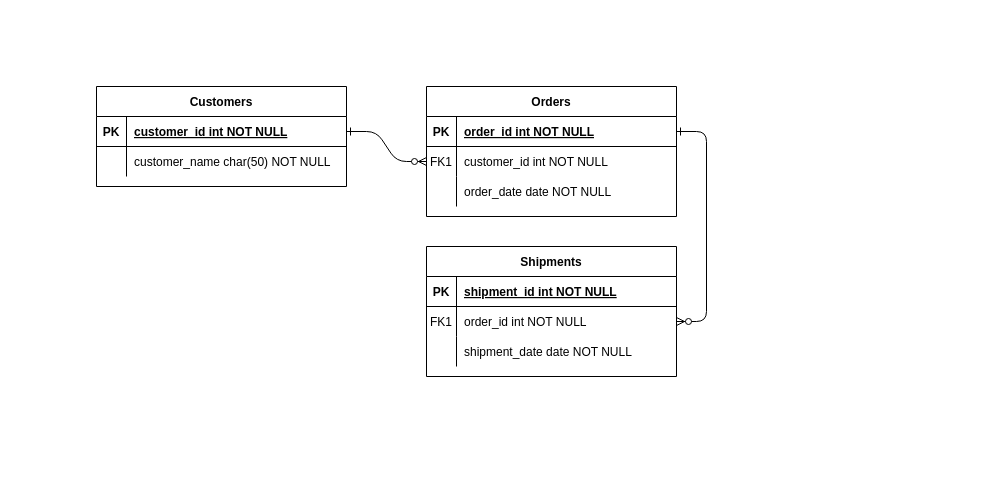
This is PruebaFundamentosBDRelacionales.drawio from Vinceto/Diagramas, a draw.io file, before an edit. Source tidied: cells renumbered, new cells numbered last; positions are measured from the earlier drawing's top-left corner, leaving out a move shared by most shapes. Both pictures are drawn from the tidied source at 100%, with x=0, y=0 at pixel (96, 86).
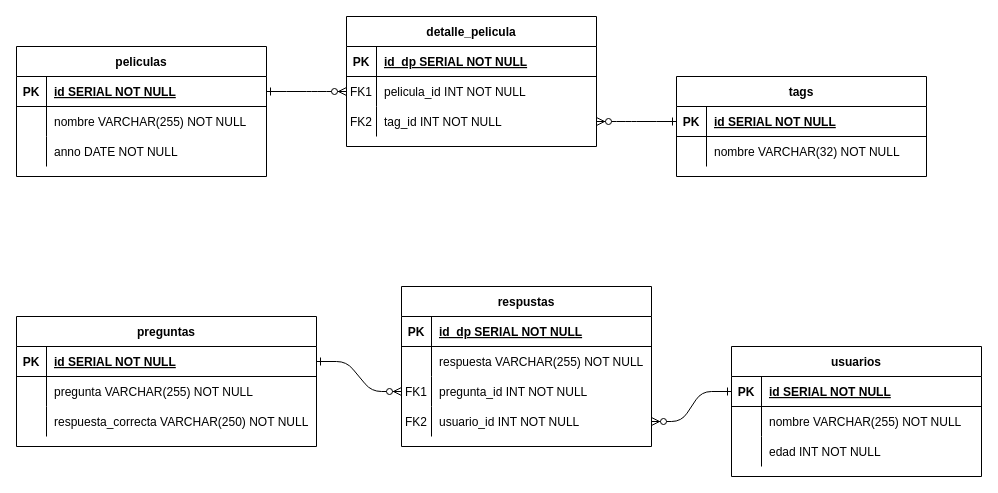
The same diagram, later.

Unchanged cells that the change refers to:
```xml
<mxCell id="5" style="shape=partialRectangle;fillColor=none;points=[[0,0.5],[1,0.5]];portConstraint=eastwest;top=0;left=0;right=0;bottom=1;" parent="4" vertex="1">
  <mxGeometry y="30" width="250" height="30" as="geometry" />
</mxCell>
<mxCell id="8" style="shape=partialRectangle;fillColor=none;points=[[0,0.5],[1,0.5]];portConstraint=eastwest;top=0;left=0;right=0;bottom=0;" parent="4" vertex="1">
  <mxGeometry y="60" width="250" height="30" as="geometry" />
</mxCell>
<mxCell id="11" style="shape=partialRectangle;fillColor=none;points=[[0,0.5],[1,0.5]];portConstraint=eastwest;top=0;left=0;right=0;bottom=0;" parent="4" vertex="1">
  <mxGeometry y="90" width="250" height="30" as="geometry" />
</mxCell>
<mxCell id="15" style="shape=partialRectangle;fillColor=none;points=[[0,0.5],[1,0.5]];portConstraint=eastwest;top=0;left=0;right=0;bottom=1;" parent="14" vertex="1">
  <mxGeometry y="30" width="250" height="30" as="geometry" />
</mxCell>
<mxCell id="18" style="shape=partialRectangle;fillColor=none;points=[[0,0.5],[1,0.5]];portConstraint=eastwest;top=0;left=0;right=0;bottom=0;" parent="14" vertex="1">
  <mxGeometry y="60" width="250" height="30" as="geometry" />
</mxCell>
<mxCell id="25" style="shape=partialRectangle;fillColor=none;points=[[0,0.5],[1,0.5]];portConstraint=eastwest;top=0;left=0;right=0;bottom=1;" parent="24" vertex="1">
  <mxGeometry y="30" width="250" height="30" as="geometry" />
</mxCell>
<mxCell id="28" style="shape=partialRectangle;fillColor=none;top=0;left=0;right=0;bottom=0;" parent="24" vertex="1">
  <mxGeometry y="60" width="250" height="30" as="geometry" />
</mxCell>
```

Diff of the diagram source:
```diff
@@
-    <mxCell id="3" style="edgeStyle=entityRelationEdgeStyle;endArrow=ERzeroToMany;startArrow=ERone;endFill=1;startFill=0;" parent="1" edge="1" source="5" target="18">
-      <mxGeometry relative="1" as="geometry" />
-    </mxCell>
-    <mxCell id="4" value="Orders" style="shape=table;startSize=30;childLayout=tableLayout;rowLines=0;fontStyle=1;align=center;" parent="1" vertex="1">
-      <mxGeometry x="330" width="250" height="130" as="geometry" />
+    <mxCell id="4" value="detalle_pelicula" style="shape=table;startSize=30;childLayout=tableLayout;rowLines=0;fontStyle=1;align=center;" parent="1" vertex="1">
+      <mxGeometry x="250" y="-70" width="250" height="130" as="geometry" />
     </mxCell>
@@
-    <mxCell id="7" value="order_id int NOT NULL " style="shape=partialRectangle;overflow=hidden;fillColor=none;top=0;left=0;bottom=0;right=0;align=left;spacingLeft=6;fontStyle=5;" parent="5" vertex="1">
+    <mxCell id="7" value="id_dp SERIAL NOT NULL " style="shape=partialRectangle;overflow=hidden;fillColor=none;top=0;left=0;bottom=0;right=0;align=left;spacingLeft=6;fontStyle=5;" parent="5" vertex="1">
       <mxGeometry x="30" width="220" height="30" as="geometry" />
     </mxCell>
@@
-    <mxCell id="10" value="customer_id int NOT NULL" style="shape=partialRectangle;overflow=hidden;fillColor=none;top=0;left=0;bottom=0;right=0;align=left;spacingLeft=6;" parent="8" vertex="1">
+    <mxCell id="10" value="pelicula_id INT NOT NULL" style="shape=partialRectangle;overflow=hidden;fillColor=none;top=0;left=0;bottom=0;right=0;align=left;spacingLeft=6;" parent="8" vertex="1">
       <mxGeometry x="30" width="220" height="30" as="geometry" />
     </mxCell>
@@
-    <mxCell id="12" style="shape=partialRectangle;overflow=hidden;fillColor=none;top=0;left=0;bottom=0;right=0;" parent="11" vertex="1">
+    <mxCell id="12" value="FK2" style="shape=partialRectangle;overflow=hidden;fillColor=none;top=0;left=0;bottom=0;right=0;" parent="11" vertex="1">
       <mxGeometry width="30" height="30" as="geometry" />
     </mxCell>
-    <mxCell id="13" value="order_date date NOT NULL" style="shape=partialRectangle;overflow=hidden;fillColor=none;top=0;left=0;bottom=0;right=0;align=left;spacingLeft=6;" parent="11" vertex="1">
+    <mxCell id="13" value="tag_id INT NOT NULL" style="shape=partialRectangle;overflow=hidden;fillColor=none;top=0;left=0;bottom=0;right=0;align=left;spacingLeft=6;" parent="11" vertex="1">
       <mxGeometry x="30" width="220" height="30" as="geometry" />
     </mxCell>
-    <mxCell id="14" value="Shipments" style="shape=table;startSize=30;childLayout=tableLayout;rowLines=0;fontStyle=1;align=center;" parent="1" vertex="1">
-      <mxGeometry x="330" y="160" width="250" height="130" as="geometry" />
+    <mxCell id="14" value="tags" style="shape=table;startSize=30;childLayout=tableLayout;rowLines=0;fontStyle=1;align=center;" parent="1" vertex="1">
+      <mxGeometry x="580" y="-10" width="250" height="100" as="geometry" />
     </mxCell>
@@
-    <mxCell id="17" value="shipment_id int NOT NULL " style="shape=partialRectangle;overflow=hidden;fillColor=none;top=0;left=0;bottom=0;right=0;align=left;spacingLeft=6;fontStyle=5;" parent="15" vertex="1">
+    <mxCell id="17" value="id SERIAL NOT NULL " style="shape=partialRectangle;overflow=hidden;fillColor=none;top=0;left=0;bottom=0;right=0;align=left;spacingLeft=6;fontStyle=5;" parent="15" vertex="1">
       <mxGeometry x="30" width="220" height="30" as="geometry" />
     </mxCell>
@@
-    <mxCell id="19" value="FK1" style="shape=partialRectangle;overflow=hidden;fillColor=none;top=0;left=0;bottom=0;right=0;" parent="18" vertex="1">
+    <mxCell id="19" style="shape=partialRectangle;overflow=hidden;fillColor=none;top=0;left=0;bottom=0;right=0;" parent="18" vertex="1">
       <mxGeometry width="30" height="30" as="geometry" />
     </mxCell>
-    <mxCell id="20" value="order_id int NOT NULL" style="shape=partialRectangle;overflow=hidden;fillColor=none;top=0;left=0;bottom=0;right=0;align=left;spacingLeft=6;" parent="18" vertex="1">
+    <mxCell id="20" value="nombre VARCHAR(32) NOT NULL" style="shape=partialRectangle;overflow=hidden;fillColor=none;top=0;left=0;bottom=0;right=0;align=left;spacingLeft=6;" parent="18" vertex="1">
       <mxGeometry x="30" width="220" height="30" as="geometry" />
     </mxCell>
-    <mxCell id="21" style="shape=partialRectangle;fillColor=none;top=0;left=0;right=0;bottom=0;" parent="14" vertex="1">
-      <mxGeometry y="90" width="250" height="30" as="geometry" />
-    </mxCell>
-    <mxCell id="22" style="shape=partialRectangle;overflow=hidden;fillColor=none;top=0;left=0;bottom=0;right=0;" parent="21" vertex="1">
-      <mxGeometry width="30" height="30" as="geometry" />
-    </mxCell>
-    <mxCell id="23" value="shipment_date date NOT NULL" style="shape=partialRectangle;overflow=hidden;fillColor=none;top=0;left=0;bottom=0;right=0;align=left;spacingLeft=6;" parent="21" vertex="1">
-      <mxGeometry x="30" width="220" height="30" as="geometry" />
-    </mxCell>
-    <mxCell id="24" value="Customers" style="shape=table;startSize=30;childLayout=tableLayout;rowLines=0;fontStyle=1;align=center;" parent="1" vertex="1">
-      <mxGeometry width="250" height="100" as="geometry" />
+    <mxCell id="24" value="peliculas" style="shape=table;startSize=30;childLayout=tableLayout;rowLines=0;fontStyle=1;align=center;" parent="1" vertex="1">
+      <mxGeometry x="-80" y="-40" width="250" height="130" as="geometry" />
     </mxCell>
@@
-    <mxCell id="27" value="customer_id int NOT NULL " style="shape=partialRectangle;overflow=hidden;fillColor=none;top=0;left=0;bottom=0;right=0;align=left;spacingLeft=6;fontStyle=5;" parent="25" vertex="1">
+    <mxCell id="27" value="id SERIAL NOT NULL " style="shape=partialRectangle;overflow=hidden;fillColor=none;top=0;left=0;bottom=0;right=0;align=left;spacingLeft=6;fontStyle=5;" parent="25" vertex="1">
       <mxGeometry x="30" width="220" height="30" as="geometry" />
     </mxCell>
@@
-    <mxCell id="30" value="customer_name char(50) NOT NULL" style="shape=partialRectangle;overflow=hidden;fillColor=none;top=0;left=0;bottom=0;right=0;align=left;spacingLeft=6;" parent="28" vertex="1">
+    <mxCell id="30" value="nombre VARCHAR(255) NOT NULL" style="shape=partialRectangle;overflow=hidden;fillColor=none;top=0;left=0;bottom=0;right=0;align=left;spacingLeft=6;" parent="28" vertex="1">
       <mxGeometry x="30" width="220" height="30" as="geometry" />
     </mxCell>
+    <mxCell id="31" style="shape=partialRectangle;fillColor=none;top=0;left=0;right=0;bottom=0;" parent="24" vertex="1">
+      <mxGeometry y="90" width="250" height="30" as="geometry" />
+    </mxCell>
+    <mxCell id="32" style="shape=partialRectangle;overflow=hidden;fillColor=none;top=0;left=0;bottom=0;right=0;" parent="31" vertex="1">
+      <mxGeometry width="30" height="30" as="geometry" />
+    </mxCell>
+    <mxCell id="33" value="anno DATE NOT NULL" style="shape=partialRectangle;overflow=hidden;fillColor=none;top=0;left=0;bottom=0;right=0;align=left;spacingLeft=6;" parent="31" vertex="1">
+      <mxGeometry x="30" width="220" height="30" as="geometry" />
+    </mxCell>
+    <mxCell id="3" style="edgeStyle=entityRelationEdgeStyle;endArrow=ERzeroToMany;startArrow=ERone;endFill=1;startFill=0;" parent="1" edge="1" source="15" target="11">
+      <mxGeometry relative="1" as="geometry">
+        <Array as="points">
+          <mxPoint x="520" y="40" />
+        </Array>
+      </mxGeometry>
+    </mxCell>
+    <mxCell id="34" style="edgeStyle=entityRelationEdgeStyle;endArrow=ERzeroToMany;startArrow=ERone;endFill=1;startFill=0;" parent="1" edge="1" source="59" target="42">
+      <mxGeometry relative="1" as="geometry" />
+    </mxCell>
+    <mxCell id="35" value="respustas" style="shape=table;startSize=30;childLayout=tableLayout;rowLines=0;fontStyle=1;align=center;" parent="1" vertex="1">
+      <mxGeometry x="305" y="200" width="250" height="160" as="geometry" />
+    </mxCell>
+    <mxCell id="36" style="shape=partialRectangle;fillColor=none;top=0;left=0;right=0;bottom=1;" parent="35" vertex="1">
+      <mxGeometry y="30" width="250" height="30" as="geometry" />
+    </mxCell>
+    <mxCell id="37" value="PK" style="shape=partialRectangle;overflow=hidden;fillColor=none;top=0;left=0;bottom=0;right=0;fontStyle=1;" parent="36" vertex="1">
+      <mxGeometry width="30" height="30" as="geometry" />
+    </mxCell>
+    <mxCell id="38" value="id_dp SERIAL NOT NULL " style="shape=partialRectangle;overflow=hidden;fillColor=none;top=0;left=0;bottom=0;right=0;align=left;spacingLeft=6;fontStyle=5;" parent="36" vertex="1">
+      <mxGeometry x="30" width="220" height="30" as="geometry" />
+    </mxCell>
+    <mxCell id="39" style="shape=partialRectangle;fillColor=none;top=0;left=0;right=0;bottom=0;" parent="35" vertex="1">
+      <mxGeometry y="60" width="250" height="30" as="geometry" />
+    </mxCell>
+    <mxCell id="40" style="shape=partialRectangle;overflow=hidden;fillColor=none;top=0;left=0;bottom=0;right=0;" parent="39" vertex="1">
+      <mxGeometry width="30" height="30" as="geometry" />
+    </mxCell>
+    <mxCell id="41" value="respuesta VARCHAR(255) NOT NULL" style="shape=partialRectangle;overflow=hidden;fillColor=none;top=0;left=0;bottom=0;right=0;align=left;spacingLeft=6;" parent="39" vertex="1">
+      <mxGeometry x="30" width="220" height="30" as="geometry" />
+    </mxCell>
+    <mxCell id="42" style="shape=partialRectangle;fillColor=none;points=[[0,0.5],[1,0.5]];portConstraint=eastwest;top=0;left=0;right=0;bottom=0;" parent="35" vertex="1">
+      <mxGeometry y="90" width="250" height="30" as="geometry" />
+    </mxCell>
+    <mxCell id="43" value="FK1" style="shape=partialRectangle;overflow=hidden;fillColor=none;top=0;left=0;bottom=0;right=0;" parent="42" vertex="1">
+      <mxGeometry width="30" height="30" as="geometry" />
+    </mxCell>
+    <mxCell id="44" value="pregunta_id INT NOT NULL" style="shape=partialRectangle;overflow=hidden;fillColor=none;top=0;left=0;bottom=0;right=0;align=left;spacingLeft=6;" parent="42" vertex="1">
+      <mxGeometry x="30" width="220" height="30" as="geometry" />
+    </mxCell>
+    <mxCell id="45" style="shape=partialRectangle;fillColor=none;points=[[0,0.5],[1,0.5]];portConstraint=eastwest;top=0;left=0;right=0;bottom=0;" parent="35" vertex="1">
+      <mxGeometry y="120" width="250" height="30" as="geometry" />
+    </mxCell>
+    <mxCell id="46" value="FK2" style="shape=partialRectangle;overflow=hidden;fillColor=none;top=0;left=0;bottom=0;right=0;" parent="45" vertex="1">
+      <mxGeometry width="30" height="30" as="geometry" />
+    </mxCell>
+    <mxCell id="47" value="usuario_id INT NOT NULL" style="shape=partialRectangle;overflow=hidden;fillColor=none;top=0;left=0;bottom=0;right=0;align=left;spacingLeft=6;" parent="45" vertex="1">
+      <mxGeometry x="30" width="220" height="30" as="geometry" />
+    </mxCell>
+    <mxCell id="48" value="usuarios" style="shape=table;startSize=30;childLayout=tableLayout;rowLines=0;fontStyle=1;align=center;" parent="1" vertex="1">
+      <mxGeometry x="635" y="260" width="250" height="130" as="geometry" />
+    </mxCell>
+    <mxCell id="49" style="shape=partialRectangle;fillColor=none;points=[[0,0.5],[1,0.5]];portConstraint=eastwest;top=0;left=0;right=0;bottom=1;" parent="48" vertex="1">
+      <mxGeometry y="30" width="250" height="30" as="geometry" />
+    </mxCell>
+    <mxCell id="50" value="PK" style="shape=partialRectangle;overflow=hidden;fillColor=none;top=0;left=0;bottom=0;right=0;fontStyle=1;" parent="49" vertex="1">
+      <mxGeometry width="30" height="30" as="geometry" />
+    </mxCell>
+    <mxCell id="51" value="id SERIAL NOT NULL " style="shape=partialRectangle;overflow=hidden;fillColor=none;top=0;left=0;bottom=0;right=0;align=left;spacingLeft=6;fontStyle=5;" parent="49" vertex="1">
+      <mxGeometry x="30" width="220" height="30" as="geometry" />
+    </mxCell>
+    <mxCell id="52" style="shape=partialRectangle;fillColor=none;top=0;left=0;right=0;bottom=0;" parent="48" vertex="1">
+      <mxGeometry y="60" width="250" height="30" as="geometry" />
+    </mxCell>
+    <mxCell id="53" style="shape=partialRectangle;overflow=hidden;fillColor=none;top=0;left=0;bottom=0;right=0;" parent="52" vertex="1">
+      <mxGeometry width="30" height="30" as="geometry" />
+    </mxCell>
+    <mxCell id="54" value="nombre VARCHAR(255) NOT NULL" style="shape=partialRectangle;overflow=hidden;fillColor=none;top=0;left=0;bottom=0;right=0;align=left;spacingLeft=6;" parent="52" vertex="1">
+      <mxGeometry x="30" width="220" height="30" as="geometry" />
+    </mxCell>
+    <mxCell id="55" style="shape=partialRectangle;fillColor=none;top=0;left=0;right=0;bottom=0;" parent="48" vertex="1">
+      <mxGeometry y="90" width="250" height="30" as="geometry" />
+    </mxCell>
+    <mxCell id="56" style="shape=partialRectangle;overflow=hidden;fillColor=none;top=0;left=0;bottom=0;right=0;" parent="55" vertex="1">
+      <mxGeometry width="30" height="30" as="geometry" />
+    </mxCell>
+    <mxCell id="57" value="edad INT NOT NULL" style="shape=partialRectangle;overflow=hidden;fillColor=none;top=0;left=0;bottom=0;right=0;align=left;spacingLeft=6;" parent="55" vertex="1">
+      <mxGeometry x="30" width="220" height="30" as="geometry" />
+    </mxCell>
+    <mxCell id="58" value="preguntas" style="shape=table;startSize=30;childLayout=tableLayout;rowLines=0;fontStyle=1;align=center;" parent="1" vertex="1">
+      <mxGeometry x="-80" y="230" width="300" height="130" as="geometry" />
+    </mxCell>
+    <mxCell id="59" style="shape=partialRectangle;fillColor=none;points=[[0,0.5],[1,0.5]];portConstraint=eastwest;top=0;left=0;right=0;bottom=1;" parent="58" vertex="1">
+      <mxGeometry y="30" width="300" height="30" as="geometry" />
+    </mxCell>
+    <mxCell id="60" value="PK" style="shape=partialRectangle;overflow=hidden;fillColor=none;top=0;left=0;bottom=0;right=0;fontStyle=1;" parent="59" vertex="1">
+      <mxGeometry width="30" height="30" as="geometry" />
+    </mxCell>
+    <mxCell id="61" value="id SERIAL NOT NULL " style="shape=partialRectangle;overflow=hidden;fillColor=none;top=0;left=0;bottom=0;right=0;align=left;spacingLeft=6;fontStyle=5;" parent="59" vertex="1">
+      <mxGeometry x="30" width="270" height="30" as="geometry" />
+    </mxCell>
+    <mxCell id="62" style="shape=partialRectangle;fillColor=none;top=0;left=0;right=0;bottom=0;" parent="58" vertex="1">
+      <mxGeometry y="60" width="300" height="30" as="geometry" />
+    </mxCell>
+    <mxCell id="63" style="shape=partialRectangle;overflow=hidden;fillColor=none;top=0;left=0;bottom=0;right=0;" parent="62" vertex="1">
+      <mxGeometry width="30" height="30" as="geometry" />
+    </mxCell>
+    <mxCell id="64" value="pregunta VARCHAR(255) NOT NULL" style="shape=partialRectangle;overflow=hidden;fillColor=none;top=0;left=0;bottom=0;right=0;align=left;spacingLeft=6;" parent="62" vertex="1">
+      <mxGeometry x="30" width="270" height="30" as="geometry" />
+    </mxCell>
+    <mxCell id="65" style="shape=partialRectangle;fillColor=none;top=0;left=0;right=0;bottom=0;" parent="58" vertex="1">
+      <mxGeometry y="90" width="300" height="30" as="geometry" />
+    </mxCell>
+    <mxCell id="66" style="shape=partialRectangle;overflow=hidden;fillColor=none;top=0;left=0;bottom=0;right=0;" parent="65" vertex="1">
+      <mxGeometry width="30" height="30" as="geometry" />
+    </mxCell>
+    <mxCell id="67" value="respuesta_correcta VARCHAR(250) NOT NULL" style="shape=partialRectangle;overflow=hidden;fillColor=none;top=0;left=0;bottom=0;right=0;align=left;spacingLeft=6;" parent="65" vertex="1">
+      <mxGeometry x="30" width="270" height="30" as="geometry" />
+    </mxCell>
+    <mxCell id="68" style="edgeStyle=entityRelationEdgeStyle;endArrow=ERzeroToMany;startArrow=ERone;endFill=1;startFill=0;" parent="1" edge="1" source="49" target="45">
+      <mxGeometry relative="1" as="geometry">
+        <Array as="points">
+          <mxPoint x="575" y="310" />
+        </Array>
+      </mxGeometry>
+    </mxCell>
```
